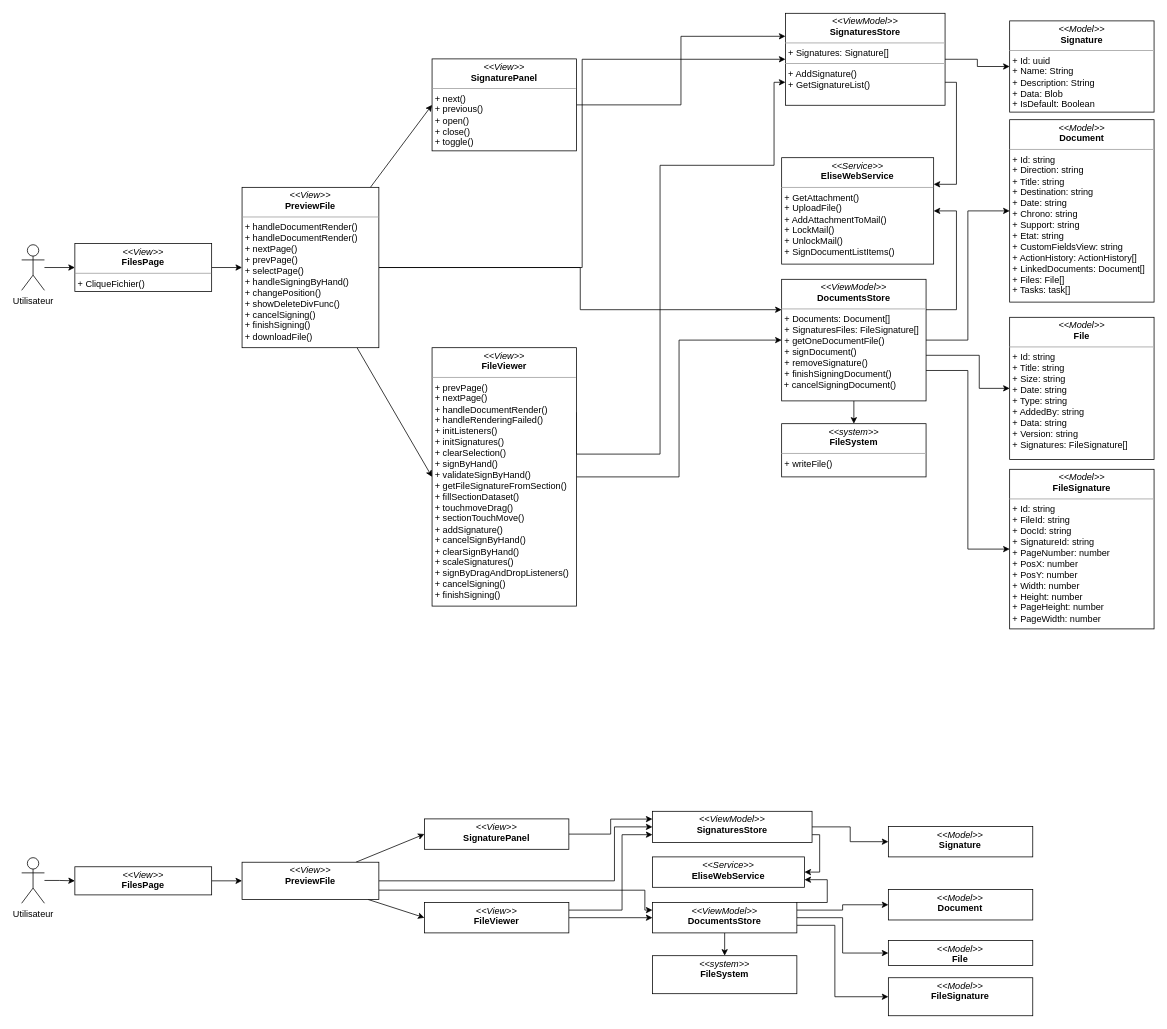
Earlier version of the draw.io diagram dcpSprint4.drawio (PFE-Neoledge-2023/rapport). Source tidied: cells renumbered, new cells numbered last; positions are measured from the earlier drawing's top-left corner, leaving out a move shared by most shapes. Both pictures are drawn from the tidied source at 76%, with x=0, y=0 at pixel (21, 13).
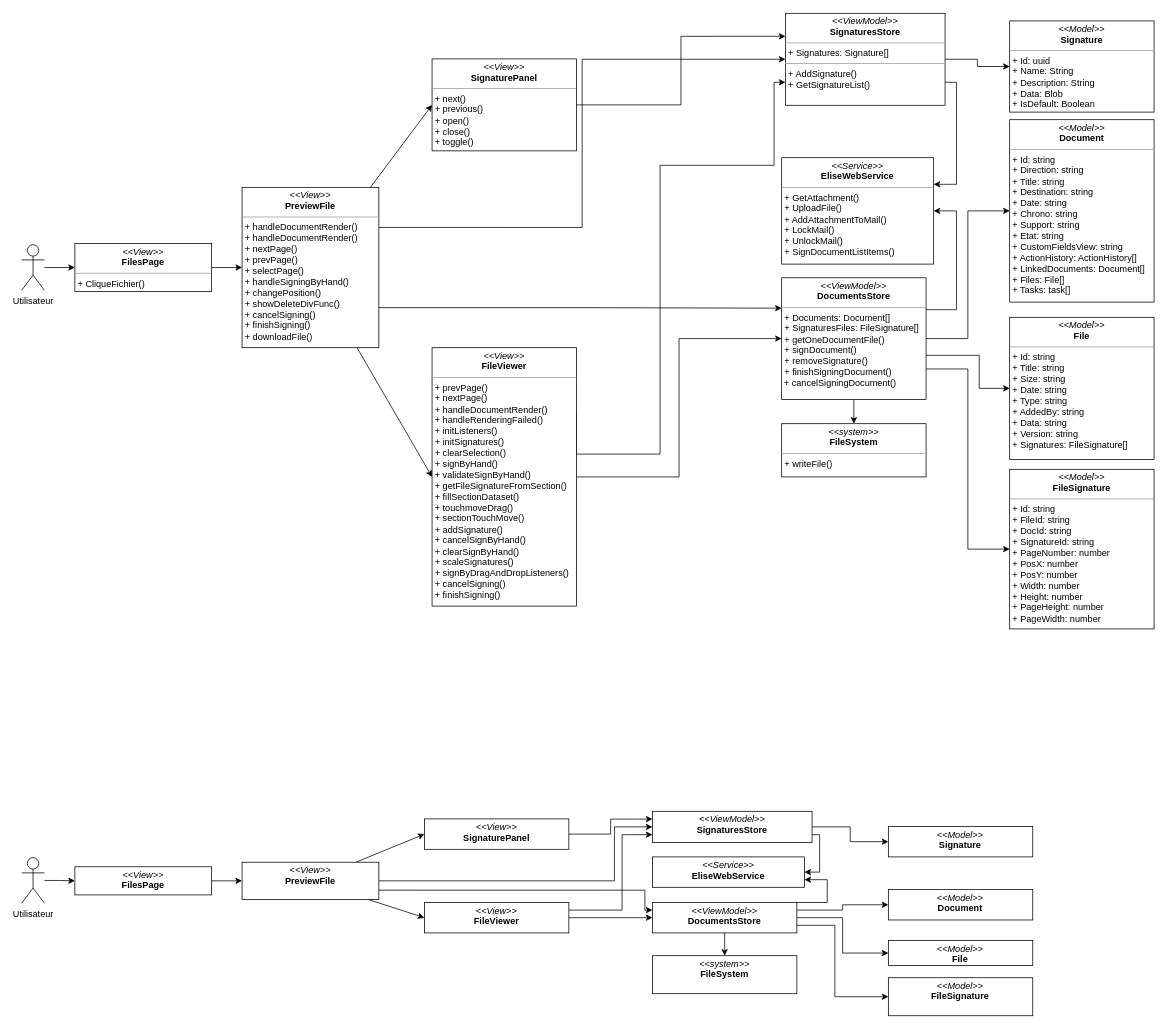
Above is the later version.

Unchanged cells that the change refers to:
```xml
<mxCell id="17" value="&lt;p style=&quot;margin:0px;margin-top:4px;text-align:center;&quot;&gt;&lt;i&gt;&amp;lt;&amp;lt;View&amp;gt;&amp;gt;&lt;/i&gt;&lt;br&gt;&lt;b&gt;PreviewFile&lt;/b&gt;&lt;/p&gt;&lt;hr style=&quot;border-color: var(--border-color);&quot; size=&quot;1&quot;&gt;&lt;p style=&quot;border-color: var(--border-color); margin: 0px 0px 0px 4px;&quot;&gt;+&amp;nbsp;handleDocumentRender()&lt;/p&gt;&lt;p style=&quot;border-color: var(--border-color); margin: 0px 0px 0px 4px;&quot;&gt;+&amp;nbsp;&lt;span style=&quot;background-color: initial;&quot;&gt;handleDocumentRender()&lt;/span&gt;&lt;/p&gt;&lt;p style=&quot;border-color: var(--border-color); margin: 0px 0px 0px 4px;&quot;&gt;+ nextPage()&lt;/p&gt;&lt;p style=&quot;border-color: var(--border-color); margin: 0px 0px 0px 4px;&quot;&gt;+ prevPage()&lt;/p&gt;&lt;p style=&quot;border-color: var(--border-color); margin: 0px 0px 0px 4px;&quot;&gt;+ selectPage()&lt;/p&gt;&lt;p style=&quot;border-color: var(--border-color); margin: 0px 0px 0px 4px;&quot;&gt;+ handleSigningByHand()&lt;/p&gt;&lt;p style=&quot;border-color: var(--border-color); margin: 0px 0px 0px 4px;&quot;&gt;+ changePosition()&lt;/p&gt;&lt;p style=&quot;border-color: var(--border-color); margin: 0px 0px 0px 4px;&quot;&gt;+&amp;nbsp;&lt;span style=&quot;background-color: initial;&quot;&gt;showDeleteDivFunc()&lt;/span&gt;&lt;/p&gt;&lt;p style=&quot;border-color: var(--border-color); margin: 0px 0px 0px 4px;&quot;&gt;&lt;span style=&quot;background-color: initial;&quot;&gt;+ cancelSigning()&lt;/span&gt;&lt;br&gt;&lt;/p&gt;&lt;p style=&quot;border-color: var(--border-color); margin: 0px 0px 0px 4px;&quot;&gt;+ finishSigning()&lt;/p&gt;&lt;p style=&quot;border-color: var(--border-color); margin: 0px 0px 0px 4px;&quot;&gt;+ downloadFile()&lt;/p&gt;" style="verticalAlign=top;align=left;overflow=fill;fontSize=12;fontFamily=Helvetica;html=1;whiteSpace=wrap;" parent="1" vertex="1">
  <mxGeometry x="290" y="229" width="180" height="211" as="geometry" />
</mxCell>
<mxCell id="26" value="&lt;p style=&quot;margin:0px;margin-top:4px;text-align:center;&quot;&gt;&lt;i&gt;&amp;lt;&amp;lt;ViewModel&amp;gt;&amp;gt;&lt;/i&gt;&lt;br&gt;&lt;b&gt;SignaturesStore&lt;/b&gt;&lt;/p&gt;&lt;hr size=&quot;1&quot;&gt;&lt;p style=&quot;margin:0px;margin-left:4px;&quot;&gt;+ Signatures: Signature[]&lt;/p&gt;&lt;hr size=&quot;1&quot;&gt;&lt;p style=&quot;margin:0px;margin-left:4px;&quot;&gt;+ A&lt;span style=&quot;background-color: initial;&quot;&gt;ddSignature()&lt;/span&gt;&lt;/p&gt;&lt;p style=&quot;margin:0px;margin-left:4px;&quot;&gt;&lt;span style=&quot;background-color: initial;&quot;&gt;+ GetSignatureList()&lt;/span&gt;&lt;br&gt;&lt;/p&gt;&lt;p style=&quot;margin:0px;margin-left:4px;&quot;&gt;&lt;br&gt;&lt;/p&gt;" style="verticalAlign=top;align=left;overflow=fill;fontSize=12;fontFamily=Helvetica;html=1;whiteSpace=wrap;" parent="1" vertex="1">
  <mxGeometry x="1005" width="210" height="121" as="geometry" />
</mxCell>
```

What changed in the source:
```diff
@@
     <mxCell id="11" value="&lt;p style=&quot;margin:0px;margin-top:4px;text-align:center;&quot;&gt;&lt;i&gt;&amp;lt;&amp;lt;ViewModel&amp;gt;&amp;gt;&lt;/i&gt;&lt;br&gt;&lt;b&gt;DocumentsStore&lt;/b&gt;&lt;/p&gt;&lt;hr size=&quot;1&quot;&gt;&lt;p style=&quot;margin:0px;margin-left:4px;&quot;&gt;&lt;span style=&quot;background-color: initial;&quot;&gt;+ Documents: Document[]&lt;/span&gt;&lt;/p&gt;&lt;p style=&quot;margin:0px;margin-left:4px;&quot;&gt;&lt;span style=&quot;background-color: initial;&quot;&gt;+ SignaturesFiles: FileSignature[]&lt;/span&gt;&lt;/p&gt;&lt;p style=&quot;margin:0px;margin-left:4px;&quot;&gt;+&amp;nbsp;&lt;span style=&quot;background-color: initial;&quot;&gt;getOneDocumentFile()&lt;/span&gt;&lt;/p&gt;&lt;p style=&quot;margin:0px;margin-left:4px;&quot;&gt;+ signDocument()&lt;/p&gt;&lt;p style=&quot;margin:0px;margin-left:4px;&quot;&gt;+ removeSignature()&lt;/p&gt;&lt;p style=&quot;margin:0px;margin-left:4px;&quot;&gt;+ finishSigningDocument()&lt;br&gt;&lt;/p&gt;&lt;div&gt;&amp;nbsp;+ cancelSigningDocument()&lt;br&gt;&lt;/div&gt;&lt;div&gt;&lt;br&gt;&lt;/div&gt;" style="verticalAlign=top;align=left;overflow=fill;fontSize=12;fontFamily=Helvetica;html=1;whiteSpace=wrap;" parent="1" vertex="1">
-      <mxGeometry x="1000" y="350" width="190" height="160" as="geometry" />
+      <mxGeometry x="1000" y="348" width="190" height="160" as="geometry" />
     </mxCell>
@@
-    <mxCell id="15" style="edgeStyle=orthogonalEdgeStyle;rounded=0;html=1;entryX=0;entryY=0.5;entryDx=0;entryDy=0;" parent="1" edge="1" source="17" target="26">
+    <mxCell id="15" style="edgeStyle=orthogonalEdgeStyle;rounded=0;html=1;entryX=0;entryY=0.5;entryDx=0;entryDy=0;exitX=1;exitY=0.25;exitDx=0;exitDy=0;" parent="1" edge="1" source="17" target="26">
       <mxGeometry relative="1" as="geometry" />
     </mxCell>
-    <mxCell id="16" style="edgeStyle=orthogonalEdgeStyle;rounded=0;html=1;entryX=0;entryY=0.25;entryDx=0;entryDy=0;" parent="1" edge="1" source="17" target="11">
+    <mxCell id="16" style="edgeStyle=orthogonalEdgeStyle;rounded=0;html=1;entryX=0;entryY=0.25;entryDx=0;entryDy=0;exitX=1;exitY=0.75;exitDx=0;exitDy=0;" parent="1" edge="1" source="17" target="11">
       <mxGeometry relative="1" as="geometry" />
     </mxCell>
```
